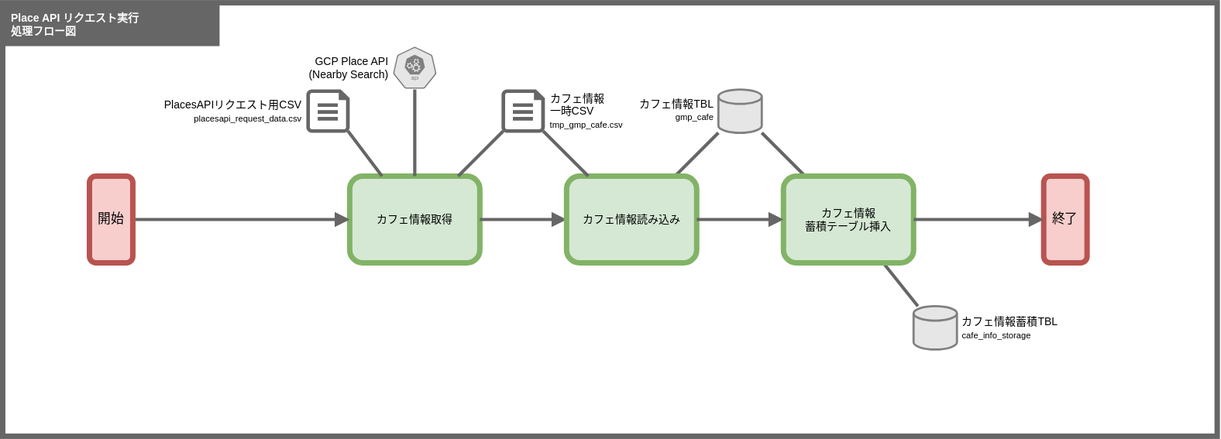
This is doc/201_設計/01510202_PlacesAPIリクエスト実行_処理フロー図.drawio.svg from take4bcreators/cafe-train-prj, a draw.io export, as it was before one commit. Source tidied: cells renumbered, new cells last; positions are measured from the earlier drawing's top-left corner, leaving out a move shared by most shapes.
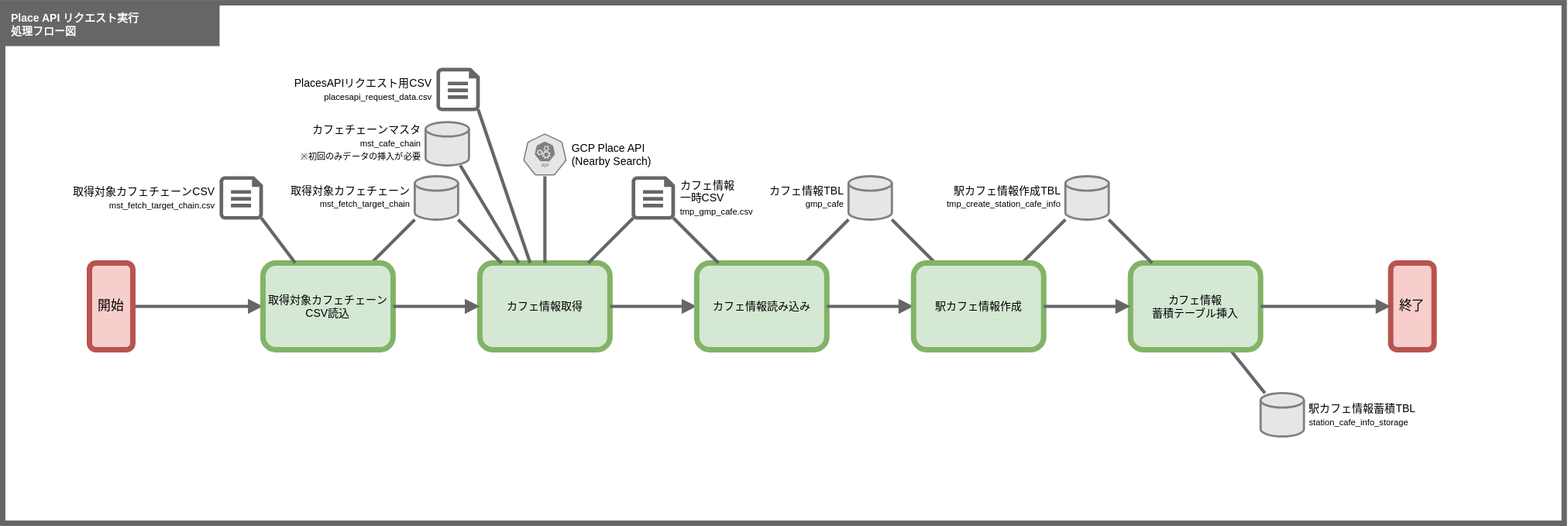
Above is the later version.

Diff of the diagram source:
```diff
@@ -3,23 +3,23 @@
     <mxCell id="0" />
     <mxCell id="1" value="背景" parent="0" />
     <mxCell id="2" style="rounded=0;whiteSpace=wrap;html=1;fillColor=#FFFFFF;strokeColor=#666666;strokeWidth=5;fontSize=10;" parent="1" vertex="1">
-      <mxGeometry width="1120" height="400" as="geometry" />
+      <mxGeometry width="1440" height="480" as="geometry" />
     </mxCell>
     <mxCell id="3" value="メイン" parent="0" />
     <mxCell id="4" value="カフェ情報取得" style="rounded=1;whiteSpace=wrap;html=1;fillColor=#d5e8d4;strokeColor=#82b366;strokeWidth=5;fontSize=10;" parent="3" vertex="1">
-      <mxGeometry x="320" y="160" width="120" height="80" as="geometry" />
+      <mxGeometry x="440" y="240" width="120" height="80" as="geometry" />
     </mxCell>
-    <mxCell id="5" style="edgeStyle=none;html=1;endArrow=block;endFill=1;strokeColor=#666666;strokeWidth=3;" parent="3" edge="1" source="6" target="4">
+    <mxCell id="5" style="edgeStyle=none;html=1;endArrow=block;endFill=1;strokeColor=#666666;strokeWidth=3;" parent="3" edge="1" source="6" target="27">
       <mxGeometry relative="1" as="geometry" />
     </mxCell>
     <mxCell id="6" value="開始" style="rounded=1;whiteSpace=wrap;html=1;fillColor=#f8cecc;strokeColor=#b85450;strokeWidth=5;" parent="3" vertex="1">
-      <mxGeometry x="80" y="160" width="40" height="80" as="geometry" />
+      <mxGeometry x="80" y="240" width="40" height="80" as="geometry" />
     </mxCell>
     <mxCell id="7" style="edgeStyle=none;shape=connector;rounded=1;html=1;exitX=0.96;exitY=0.96;exitDx=0;exitDy=0;exitPerimeter=0;labelBackgroundColor=default;fontFamily=Helvetica;fontSize=11;fontColor=default;endArrow=none;endFill=0;strokeColor=#666666;strokeWidth=3;" parent="3" edge="1" source="8" target="4">
       <mxGeometry relative="1" as="geometry" />
     </mxCell>
     <mxCell id="8" value="&lt;div style=&quot;text-align: left&quot;&gt;PlacesAPIリクエスト用CSV&lt;/div&gt;&lt;font style=&quot;text-align: left ; font-size: 8px&quot;&gt;placesapi_request_data.csv&lt;/font&gt;" style="verticalLabelPosition=middle;html=1;verticalAlign=middle;align=right;strokeColor=none;fillColor=#666666;shape=mxgraph.azure.cloud_services_configuration_file;labelPosition=left;spacingLeft=3;fontSize=10;spacingRight=3;" parent="3" vertex="1">
-      <mxGeometry x="280" y="80" width="40" height="40" as="geometry" />
+      <mxGeometry x="400" y="60" width="40" height="40" as="geometry" />
     </mxCell>
     <mxCell id="9" style="edgeStyle=none;shape=connector;rounded=1;html=1;entryX=0.04;entryY=0.96;entryDx=0;entryDy=0;entryPerimeter=0;labelBackgroundColor=default;fontFamily=Helvetica;fontSize=10;fontColor=default;endArrow=none;endFill=0;strokeColor=#666666;strokeWidth=3;" parent="3" edge="1" source="4" target="14">
       <mxGeometry relative="1" as="geometry" />
@@ -31,13 +31,13 @@
       <mxGeometry relative="1" as="geometry" />
     </mxCell>
     <mxCell id="12" value="カフェ情報読み込み" style="rounded=1;whiteSpace=wrap;html=1;fillColor=#d5e8d4;strokeColor=#82b366;strokeWidth=5;fontSize=10;" parent="3" vertex="1">
-      <mxGeometry x="520" y="160" width="120" height="80" as="geometry" />
+      <mxGeometry x="640" y="240" width="120" height="80" as="geometry" />
     </mxCell>
     <mxCell id="13" style="edgeStyle=none;shape=connector;rounded=1;html=1;exitX=0.96;exitY=0.96;exitDx=0;exitDy=0;exitPerimeter=0;labelBackgroundColor=default;fontFamily=Helvetica;fontSize=11;fontColor=default;endArrow=none;endFill=0;strokeColor=#666666;strokeWidth=3;" parent="3" edge="1" source="14" target="12">
       <mxGeometry relative="1" as="geometry" />
     </mxCell>
     <mxCell id="14" value="&lt;div style=&quot;&quot;&gt;&lt;span&gt;カフェ情報&lt;/span&gt;&lt;/div&gt;&lt;div style=&quot;&quot;&gt;&lt;span&gt;一時CSV&lt;/span&gt;&lt;/div&gt;&lt;font style=&quot;font-size: 8px;&quot;&gt;tmp_gmp_cafe.csv&lt;/font&gt;" style="verticalLabelPosition=middle;html=1;verticalAlign=middle;align=left;strokeColor=none;fillColor=#666666;shape=mxgraph.azure.cloud_services_configuration_file;labelPosition=right;spacingLeft=3;fontSize=10;spacingRight=3;" parent="3" vertex="1">
-      <mxGeometry x="460" y="80" width="40" height="40" as="geometry" />
+      <mxGeometry x="580" y="160" width="40" height="40" as="geometry" />
     </mxCell>
     <mxCell id="15" value="Place API リクエスト実行&lt;br&gt;処理フロー図" style="rounded=0;whiteSpace=wrap;html=1;fillColor=#666666;strokeColor=none;strokeWidth=5;fontSize=10;fontColor=#FFFFFF;align=left;spacingLeft=6;spacingRight=6;fontStyle=1;" parent="3" vertex="1">
       <mxGeometry width="200" height="40" as="geometry" />
@@ -45,32 +45,74 @@
     <mxCell id="16" style="edgeStyle=none;shape=connector;rounded=1;html=1;exitX=0.5;exitY=1;exitDx=0;exitDy=0;exitPerimeter=0;labelBackgroundColor=default;fontFamily=Helvetica;fontSize=11;fontColor=default;endArrow=none;endFill=0;strokeColor=#666666;strokeWidth=3;" parent="3" edge="1" source="17" target="4">
       <mxGeometry relative="1" as="geometry" />
     </mxCell>
-    <mxCell id="17" value="&lt;font style=&quot;font-size: 10px&quot;&gt;GCP Place API&lt;br&gt;(Nearby Search)&lt;br&gt;&lt;/font&gt;" style="sketch=0;html=1;dashed=0;whitespace=wrap;fillColor=#E6E6E6;strokeColor=#808080;points=[[0.005,0.63,0],[0.1,0.2,0],[0.9,0.2,0],[0.5,0,0],[0.995,0.63,0],[0.72,0.99,0],[0.5,1,0],[0.28,0.99,0]];shape=mxgraph.kubernetes.icon;prIcon=api;fontFamily=Helvetica;fontSize=8;fontColor=default;spacingLeft=3;labelPosition=left;verticalLabelPosition=middle;align=right;verticalAlign=middle;spacingRight=3;strokeWidth=3;" parent="3" vertex="1">
-      <mxGeometry x="360" y="40" width="40" height="40" as="geometry" />
+    <mxCell id="17" value="&lt;font style=&quot;font-size: 10px&quot;&gt;GCP Place API&lt;br&gt;(Nearby Search)&lt;br&gt;&lt;/font&gt;" style="sketch=0;html=1;dashed=0;whitespace=wrap;fillColor=#E6E6E6;strokeColor=#808080;points=[[0.005,0.63,0],[0.1,0.2,0],[0.9,0.2,0],[0.5,0,0],[0.995,0.63,0],[0.72,0.99,0],[0.5,1,0],[0.28,0.99,0]];shape=mxgraph.kubernetes.icon;prIcon=api;fontFamily=Helvetica;fontSize=8;fontColor=default;spacingLeft=3;labelPosition=right;verticalLabelPosition=middle;align=left;verticalAlign=middle;spacingRight=3;strokeWidth=3;" parent="3" vertex="1">
+      <mxGeometry x="480" y="120" width="40" height="40" as="geometry" />
     </mxCell>
     <mxCell id="18" value="&lt;span style=&quot;text-align: left&quot;&gt;カフェ情報TBL&lt;/span&gt;&lt;br style=&quot;text-align: left&quot;&gt;&lt;font style=&quot;text-align: left ; font-size: 8px&quot;&gt;gmp_cafe&lt;/font&gt;" style="strokeWidth=2;html=1;shape=mxgraph.flowchart.database;fontFamily=Helvetica;fontSize=10;fontColor=default;fillColor=#E6E6E6;labelPosition=left;verticalLabelPosition=middle;align=right;verticalAlign=middle;spacingRight=3;perimeterSpacing=0;spacingLeft=3;strokeColor=#808080;spacingTop=0;spacingBottom=3;" parent="3" vertex="1">
-      <mxGeometry x="660" y="80" width="40" height="40" as="geometry" />
+      <mxGeometry x="780" y="160" width="40" height="40" as="geometry" />
     </mxCell>
-    <mxCell id="19" style="edgeStyle=none;shape=connector;rounded=1;html=1;labelBackgroundColor=default;fontFamily=Helvetica;fontSize=10;fontColor=default;endArrow=none;endFill=0;strokeColor=#666666;strokeWidth=3;" parent="3" edge="1" source="18" target="21">
+    <mxCell id="19" style="edgeStyle=none;shape=connector;rounded=1;html=1;labelBackgroundColor=default;fontFamily=Helvetica;fontSize=10;fontColor=default;endArrow=none;endFill=0;strokeColor=#666666;strokeWidth=3;" parent="3" edge="1" source="18" target="36">
       <mxGeometry relative="1" as="geometry" />
     </mxCell>
     <mxCell id="20" style="edgeStyle=none;shape=connector;rounded=1;html=1;labelBackgroundColor=default;fontFamily=Helvetica;fontSize=11;fontColor=default;endArrow=none;endFill=0;strokeColor=#666666;strokeWidth=3;" parent="3" edge="1" source="21" target="22">
       <mxGeometry relative="1" as="geometry" />
     </mxCell>
     <mxCell id="21" value="カフェ情報&lt;br&gt;蓄積テーブル挿入" style="rounded=1;whiteSpace=wrap;html=1;fillColor=#d5e8d4;strokeColor=#82b366;strokeWidth=5;fontSize=10;" parent="3" vertex="1">
-      <mxGeometry x="720" y="160" width="120" height="80" as="geometry" />
+      <mxGeometry x="1040" y="240" width="120" height="80" as="geometry" />
     </mxCell>
-    <mxCell id="22" value="カフェ情報蓄積TBL&lt;br style=&quot;font-size: 10px&quot;&gt;&lt;font style=&quot;font-size: 8px&quot;&gt;cafe_info_storage&lt;/font&gt;" style="strokeWidth=2;html=1;shape=mxgraph.flowchart.database;fontFamily=Helvetica;fontSize=10;fontColor=default;fillColor=#E6E6E6;labelPosition=right;verticalLabelPosition=middle;align=left;verticalAlign=middle;spacingRight=3;perimeterSpacing=0;spacingLeft=3;strokeColor=#808080;" parent="3" vertex="1">
-      <mxGeometry x="840" y="280" width="40" height="40" as="geometry" />
+    <mxCell id="22" value="駅カフェ情報蓄積TBL&lt;br style=&quot;font-size: 10px&quot;&gt;&lt;font style=&quot;font-size: 8px&quot;&gt;station_cafe_info_storage&lt;/font&gt;" style="strokeWidth=2;html=1;shape=mxgraph.flowchart.database;fontFamily=Helvetica;fontSize=10;fontColor=default;fillColor=#E6E6E6;labelPosition=right;verticalLabelPosition=middle;align=left;verticalAlign=middle;spacingRight=3;perimeterSpacing=0;spacingLeft=3;strokeColor=#808080;" parent="3" vertex="1">
+      <mxGeometry x="1160" y="360" width="40" height="40" as="geometry" />
     </mxCell>
-    <mxCell id="23" style="edgeStyle=none;shape=connector;rounded=1;html=1;labelBackgroundColor=default;fontFamily=Helvetica;fontSize=10;fontColor=default;endArrow=block;endFill=1;strokeColor=#666666;strokeWidth=3;" parent="3" edge="1" source="12" target="21">
+    <mxCell id="23" style="edgeStyle=none;shape=connector;rounded=1;html=1;labelBackgroundColor=default;fontFamily=Helvetica;fontSize=10;fontColor=default;endArrow=block;endFill=1;strokeColor=#666666;strokeWidth=3;" parent="3" edge="1" source="12" target="36">
       <mxGeometry relative="1" as="geometry" />
     </mxCell>
     <mxCell id="24" value="終了" style="rounded=1;whiteSpace=wrap;html=1;fillColor=#f8cecc;strokeColor=#b85450;strokeWidth=5;" parent="3" vertex="1">
-      <mxGeometry x="960" y="160" width="40" height="80" as="geometry" />
+      <mxGeometry x="1280" y="240" width="40" height="80" as="geometry" />
     </mxCell>
     <mxCell id="25" style="edgeStyle=none;shape=connector;rounded=1;html=1;labelBackgroundColor=default;fontFamily=Helvetica;fontSize=10;fontColor=default;endArrow=block;endFill=1;strokeColor=#666666;strokeWidth=3;" parent="3" edge="1" source="21" target="24">
       <mxGeometry relative="1" as="geometry" />
     </mxCell>
+    <mxCell id="26" style="edgeStyle=none;shape=connector;rounded=1;html=1;labelBackgroundColor=default;fontFamily=Helvetica;fontSize=11;fontColor=default;endArrow=none;endFill=0;strokeColor=#666666;strokeWidth=3;" parent="3" edge="1" source="27" target="32">
+      <mxGeometry relative="1" as="geometry" />
+    </mxCell>
+    <mxCell id="27" value="取得対象カフェチェーンCSV読込" style="rounded=1;whiteSpace=wrap;html=1;fillColor=#d5e8d4;strokeColor=#82b366;strokeWidth=5;fontSize=10;" parent="3" vertex="1">
+      <mxGeometry x="240" y="240" width="120" height="80" as="geometry" />
+    </mxCell>
+    <mxCell id="28" style="edgeStyle=none;html=1;endArrow=block;endFill=1;strokeColor=#666666;strokeWidth=3;" parent="3" edge="1" source="27" target="4">
+      <mxGeometry relative="1" as="geometry" />
+    </mxCell>
+    <mxCell id="29" style="edgeStyle=none;shape=connector;rounded=1;html=1;exitX=0.96;exitY=0.96;exitDx=0;exitDy=0;exitPerimeter=0;labelBackgroundColor=default;fontFamily=Helvetica;fontSize=11;fontColor=default;endArrow=none;endFill=0;strokeColor=#666666;strokeWidth=3;" parent="3" edge="1" source="30" target="27">
+      <mxGeometry relative="1" as="geometry" />
+    </mxCell>
+    <mxCell id="30" value="&lt;div style=&quot;text-align: left&quot;&gt;取得対象カフェチェーンCSV&lt;/div&gt;&lt;font style=&quot;text-align: left ; font-size: 8px&quot;&gt;mst_fetch_target_chain.csv&lt;/font&gt;" style="verticalLabelPosition=middle;html=1;verticalAlign=middle;align=right;strokeColor=none;fillColor=#666666;shape=mxgraph.azure.cloud_services_configuration_file;labelPosition=left;spacingLeft=3;fontSize=10;spacingRight=3;" parent="3" vertex="1">
+      <mxGeometry x="200" y="160" width="40" height="40" as="geometry" />
+    </mxCell>
+    <mxCell id="31" style="edgeStyle=none;shape=connector;rounded=1;html=1;labelBackgroundColor=default;fontFamily=Helvetica;fontSize=11;fontColor=default;endArrow=none;endFill=0;strokeColor=#666666;strokeWidth=3;" parent="3" edge="1" source="32" target="4">
+      <mxGeometry relative="1" as="geometry" />
+    </mxCell>
+    <mxCell id="32" value="&lt;span style=&quot;&quot;&gt;取得対象カフェチェーン&lt;/span&gt;&lt;br style=&quot;&quot;&gt;&lt;div style=&quot;&quot;&gt;&lt;span style=&quot;font-size: 8px&quot;&gt;mst_fetch_target_chain&lt;/span&gt;&lt;/div&gt;" style="strokeWidth=2;html=1;shape=mxgraph.flowchart.database;fontFamily=Helvetica;fontSize=10;fontColor=default;fillColor=#E6E6E6;labelPosition=left;verticalLabelPosition=middle;align=right;verticalAlign=middle;spacingRight=3;perimeterSpacing=0;spacingLeft=3;strokeColor=#808080;spacingTop=0;spacingBottom=3;" parent="3" vertex="1">
+      <mxGeometry x="380" y="160" width="40" height="40" as="geometry" />
+    </mxCell>
+    <mxCell id="33" style="edgeStyle=none;shape=connector;rounded=1;html=1;labelBackgroundColor=default;fontFamily=Helvetica;fontSize=11;fontColor=default;endArrow=none;endFill=0;strokeColor=#666666;strokeWidth=3;" parent="3" edge="1" source="34" target="4">
+      <mxGeometry relative="1" as="geometry" />
+    </mxCell>
+    <mxCell id="34" value="&lt;span style=&quot;text-align: left&quot;&gt;カフェチェーンマスタ&lt;/span&gt;&lt;br style=&quot;text-align: left&quot;&gt;&lt;span style=&quot;font-size: 8px ; text-align: left&quot;&gt;mst_cafe_chain&lt;br&gt;※初回のみデータの挿入が必要&lt;br&gt;&lt;/span&gt;" style="strokeWidth=2;html=1;shape=mxgraph.flowchart.database;fontFamily=Helvetica;fontSize=10;fontColor=default;fillColor=#E6E6E6;labelPosition=left;verticalLabelPosition=middle;align=right;verticalAlign=middle;spacingRight=3;perimeterSpacing=0;spacingLeft=3;strokeColor=#808080;spacingTop=0;spacingBottom=3;" parent="3" vertex="1">
+      <mxGeometry x="390" y="110" width="40" height="40" as="geometry" />
+    </mxCell>
+    <mxCell id="35" style="edgeStyle=none;shape=connector;rounded=1;html=1;labelBackgroundColor=default;fontFamily=Helvetica;fontSize=11;fontColor=default;endArrow=none;endFill=0;strokeColor=#666666;strokeWidth=3;" parent="3" edge="1" source="36" target="38">
+      <mxGeometry relative="1" as="geometry" />
+    </mxCell>
+    <mxCell id="36" value="駅カフェ情報作成" style="rounded=1;whiteSpace=wrap;html=1;fillColor=#d5e8d4;strokeColor=#82b366;strokeWidth=5;fontSize=10;" parent="3" vertex="1">
+      <mxGeometry x="840" y="240" width="120" height="80" as="geometry" />
+    </mxCell>
+    <mxCell id="37" style="edgeStyle=none;shape=connector;rounded=1;html=1;labelBackgroundColor=default;fontFamily=Helvetica;fontSize=11;fontColor=default;endArrow=none;endFill=0;strokeColor=#666666;strokeWidth=3;" parent="3" edge="1" source="38" target="21">
+      <mxGeometry relative="1" as="geometry" />
+    </mxCell>
+    <mxCell id="38" value="&lt;span style=&quot;text-align: left&quot;&gt;駅カフェ情報作成TBL&lt;/span&gt;&lt;br style=&quot;text-align: left&quot;&gt;&lt;font style=&quot;text-align: left ; font-size: 8px&quot;&gt;tmp_create_station_cafe_info&lt;/font&gt;" style="strokeWidth=2;html=1;shape=mxgraph.flowchart.database;fontFamily=Helvetica;fontSize=10;fontColor=default;fillColor=#E6E6E6;labelPosition=left;verticalLabelPosition=middle;align=right;verticalAlign=middle;spacingRight=3;perimeterSpacing=0;spacingLeft=3;strokeColor=#808080;spacingTop=0;spacingBottom=3;" parent="3" vertex="1">
+      <mxGeometry x="980" y="160" width="40" height="40" as="geometry" />
+    </mxCell>
+    <mxCell id="39" style="edgeStyle=none;shape=connector;rounded=1;html=1;labelBackgroundColor=default;fontFamily=Helvetica;fontSize=10;fontColor=default;endArrow=block;endFill=1;strokeColor=#666666;strokeWidth=3;" parent="3" edge="1" source="36" target="21">
+      <mxGeometry relative="1" as="geometry" />
+    </mxCell>
   </root>
 </mxGraphModel>
```
